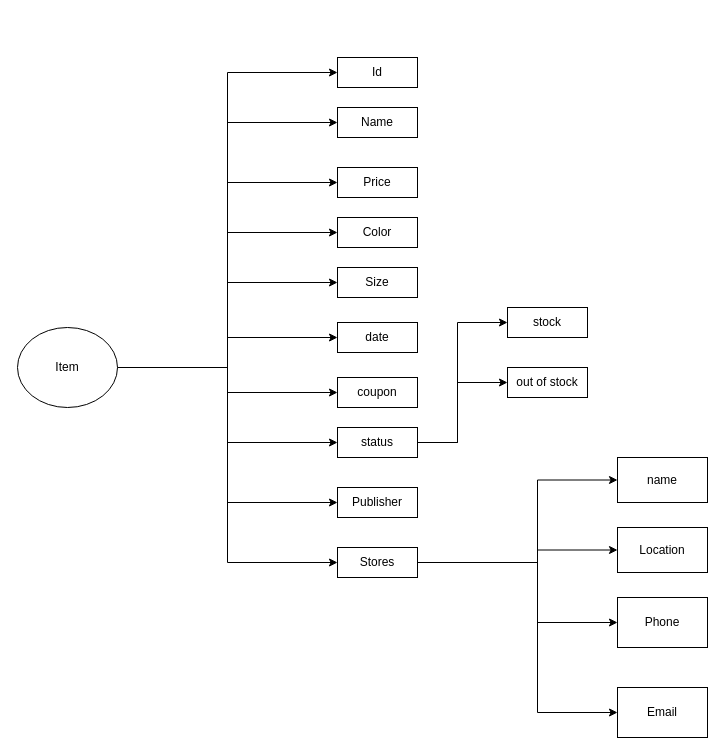
The draw.io diagram diagram/Product.drawio in quanber123/stores-api, before the edit. Source tidied: cells renumbered, new cells numbered last; positions are measured from the earlier drawing's top-left corner, leaving out a move shared by most shapes. Both pictures are drawn from the tidied source at 100%, with x=0, y=0 at pixel (17, 57).
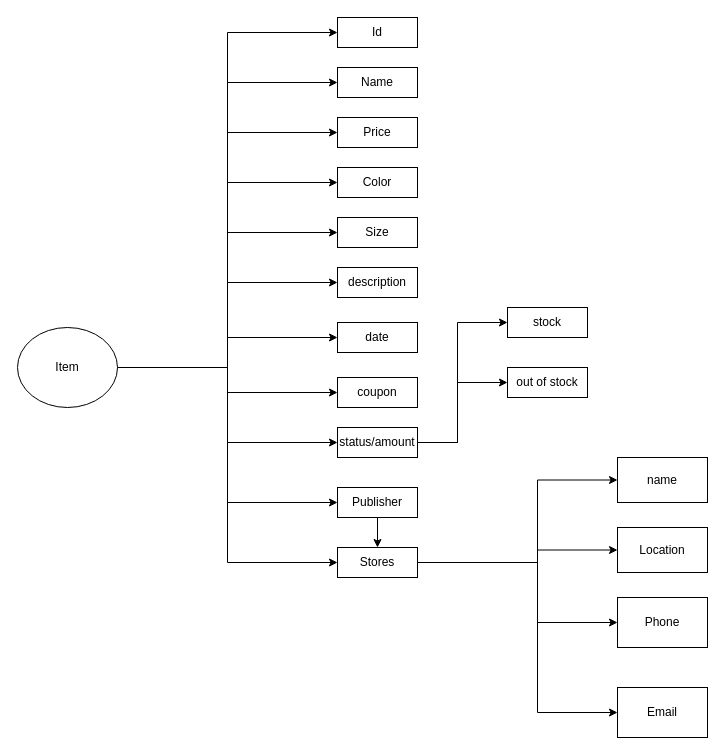
Above is the later version.

Commit message:
Cập nhật Product.drawio

The change refers to these unchanged cells:
```xml
<mxCell id="12" value="Item" style="ellipse;whiteSpace=wrap;html=1;" parent="1" vertex="1">
  <mxGeometry y="270" width="100" height="80" as="geometry" />
</mxCell>
<mxCell id="19" value="Publisher" style="whiteSpace=wrap;html=1;" parent="1" vertex="1">
  <mxGeometry x="320" y="430" width="80" height="30" as="geometry" />
</mxCell>
<mxCell id="25" value="Stores" style="whiteSpace=wrap;html=1;" parent="1" vertex="1">
  <mxGeometry x="320" y="490" width="80" height="30" as="geometry" />
</mxCell>
```

Diff of the diagram source:
```diff
@@
+    <mxCell id="35" style="edgeStyle=orthogonalEdgeStyle;rounded=0;jettySize=auto;html=1;entryX=0;entryY=0.5;entryDx=0;entryDy=0;" parent="1" edge="1" source="12" target="37">
+      <mxGeometry relative="1" as="geometry" />
+    </mxCell>
@@
     <mxCell id="13" value="Id" style="whiteSpace=wrap;html=1;" parent="1" vertex="1">
-      <mxGeometry x="320" width="80" height="30" as="geometry" />
+      <mxGeometry x="320" y="-40" width="80" height="30" as="geometry" />
     </mxCell>
     <mxCell id="14" value="Name" style="whiteSpace=wrap;html=1;" parent="1" vertex="1">
-      <mxGeometry x="320" y="50" width="80" height="30" as="geometry" />
+      <mxGeometry x="320" y="10" width="80" height="30" as="geometry" />
     </mxCell>
     <mxCell id="15" value="Price" style="whiteSpace=wrap;html=1;" parent="1" vertex="1">
-      <mxGeometry x="320" y="110" width="80" height="30" as="geometry" />
+      <mxGeometry x="320" y="60" width="80" height="30" as="geometry" />
     </mxCell>
     <mxCell id="16" value="Color" style="whiteSpace=wrap;html=1;" parent="1" vertex="1">
-      <mxGeometry x="320" y="160" width="80" height="30" as="geometry" />
+      <mxGeometry x="320" y="110" width="80" height="30" as="geometry" />
     </mxCell>
     <mxCell id="17" value="Size" style="whiteSpace=wrap;html=1;" parent="1" vertex="1">
-      <mxGeometry x="320" y="210" width="80" height="30" as="geometry" />
+      <mxGeometry x="320" y="160" width="80" height="30" as="geometry" />
     </mxCell>
@@
+    <mxCell id="36" style="edgeStyle=orthogonalEdgeStyle;rounded=0;jettySize=auto;html=1;" parent="1" edge="1" source="19" target="25">
+      <mxGeometry relative="1" as="geometry" />
+    </mxCell>
@@
-    <mxCell id="28" value="status" style="whiteSpace=wrap;html=1;" parent="1" vertex="1">
+    <mxCell id="28" value="status/amount" style="whiteSpace=wrap;html=1;" parent="1" vertex="1">
       <mxGeometry x="320" y="370" width="80" height="30" as="geometry" />
     </mxCell>
@@
+    <mxCell id="37" value="description" style="whiteSpace=wrap;html=1;" parent="1" vertex="1">
+      <mxGeometry x="320" y="210" width="80" height="30" as="geometry" />
+    </mxCell>
```
